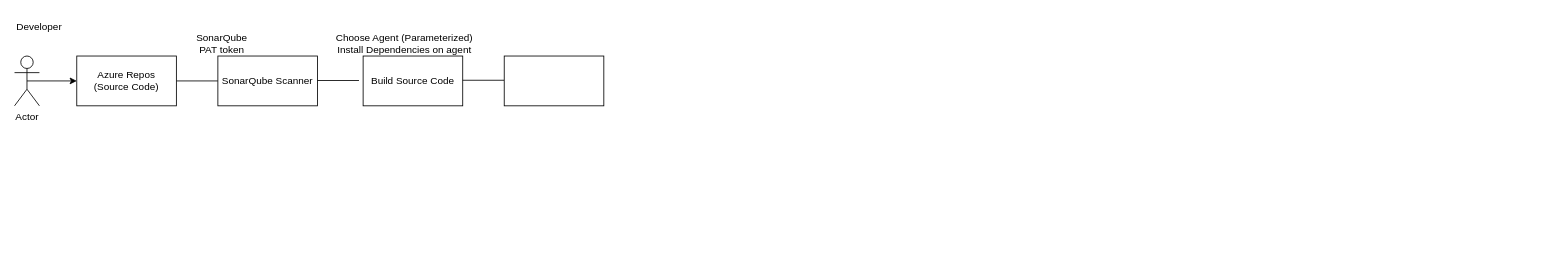
schandnani18/notes keeps this draw.io diagram as First Pipeline.drawio. Above is the earlier version. Source tidied: cells renumbered, new cells numbered last; positions are measured from the earlier drawing's top-left corner, leaving out a move shared by most shapes. Both pictures are drawn from the tidied source at 83%, with x=0, y=0 at pixel (14, 14). Pictures stored in the file or linked from it are replaced by grey dashed boxes.
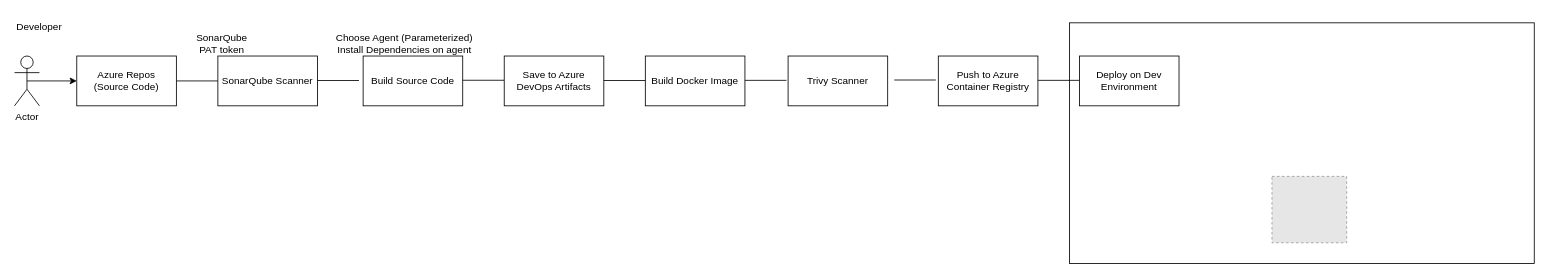
The same page after the edit.

The edit, as a diff of the source:
```diff
@@
+    <mxCell id="15" style="rounded=0;whiteSpace=wrap;html=1;" parent="1" vertex="1">
+      <mxGeometry x="1271" y="10" width="560" height="290" as="geometry" />
+    </mxCell>
@@
-    <mxCell id="14" style="rounded=0;whiteSpace=wrap;html=1;" parent="1" vertex="1">
+    <mxCell id="14" value="Save to Azure DevOps Artifacts" style="rounded=0;whiteSpace=wrap;html=1;" parent="1" vertex="1">
       <mxGeometry x="590" y="50" width="120" height="60" as="geometry" />
     </mxCell>
+    <mxCell id="16" style="endArrow=none;html=1;rounded=0;entryX=1;entryY=0.5;entryDx=0;entryDy=0;" parent="1" edge="1">
+      <mxGeometry relative="1" as="geometry">
+        <mxPoint x="1283" y="79.3" as="sourcePoint" />
+        <mxPoint x="1233" y="79.3" as="targetPoint" />
+      </mxGeometry>
+    </mxCell>
+    <mxCell id="17" style="endArrow=none;html=1;rounded=0;entryX=1;entryY=0.5;entryDx=0;entryDy=0;" parent="1" edge="1">
+      <mxGeometry relative="1" as="geometry">
+        <mxPoint x="930" y="79.3" as="sourcePoint" />
+        <mxPoint x="880" y="79.3" as="targetPoint" />
+      </mxGeometry>
+    </mxCell>
+    <mxCell id="18" style="endArrow=none;html=1;rounded=0;entryX=1;entryY=0.5;entryDx=0;entryDy=0;" parent="1" edge="1">
+      <mxGeometry relative="1" as="geometry">
+        <mxPoint x="760" y="79.5" as="sourcePoint" />
+        <mxPoint x="710" y="79.5" as="targetPoint" />
+      </mxGeometry>
+    </mxCell>
+    <mxCell id="19" style="endArrow=none;html=1;rounded=0;entryX=1;entryY=0.5;entryDx=0;entryDy=0;" parent="1" edge="1" target="20">
+      <mxGeometry relative="1" as="geometry">
+        <mxPoint x="760" y="79.5" as="sourcePoint" />
+      </mxGeometry>
+    </mxCell>
+    <mxCell id="20" value="Build Docker Image" style="rounded=0;whiteSpace=wrap;html=1;" parent="1" vertex="1">
+      <mxGeometry x="760" y="50" width="120" height="60" as="geometry" />
+    </mxCell>
+    <mxCell id="21" value="Deploy on Dev Environment" style="rounded=0;whiteSpace=wrap;html=1;" parent="1" vertex="1">
+      <mxGeometry x="1283" y="50" width="120" height="60" as="geometry" />
+    </mxCell>
+    <mxCell id="22" value="Push to Azure Container Registry" style="rounded=0;whiteSpace=wrap;html=1;" parent="1" vertex="1">
+      <mxGeometry x="1113" y="50" width="120" height="60" as="geometry" />
+    </mxCell>
+    <mxCell id="23" style="fillColor=#E6E6E6;strokeColor=#999999;dashed=1;verticalLabelPosition=bottom;verticalAlign=top;" parent="1" vertex="1">
+      <mxGeometry x="1515" y="195" width="90" height="80" as="geometry" />
+    </mxCell>
+    <mxCell id="24" value="Trivy Scanner" style="rounded=0;whiteSpace=wrap;html=1;" parent="1" vertex="1">
+      <mxGeometry x="932" y="50" width="120" height="60" as="geometry" />
+    </mxCell>
+    <mxCell id="25" style="endArrow=none;html=1;rounded=0;entryX=1;entryY=0.5;entryDx=0;entryDy=0;" parent="1" edge="1">
+      <mxGeometry relative="1" as="geometry">
+        <mxPoint x="1110" y="78.9" as="sourcePoint" />
+        <mxPoint x="1060" y="78.9" as="targetPoint" />
+      </mxGeometry>
+    </mxCell>
```
